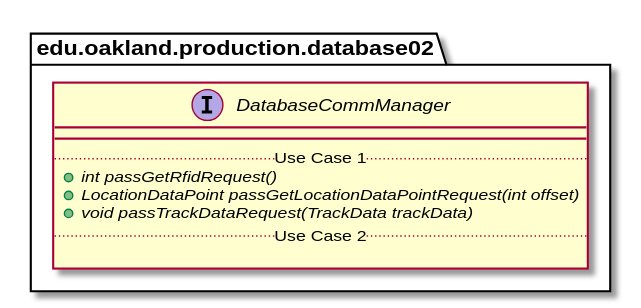
andrewdimmer/csi-3370-software-project keeps this PlantUML diagram as docs/uml-class-diagrams/database/production/DatabaseCommManager/DatabaseCommManager.svg. Above is the earlier version.
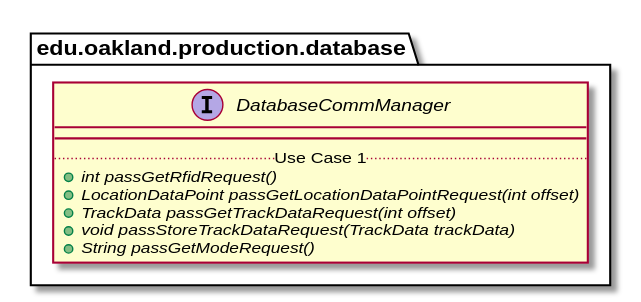
After the change.

The edit, as a diff of the source:
```diff
@@ -1,14 +1,14 @@
 @startuml DatabaseCommManager
 
-package edu.oakland.production.database02 {
+package edu.oakland.production.database {
     interface DatabaseCommManager {
         __
         .. Use Case 1 ..
         {abstract} + int passGetRfidRequest()
         {abstract} + LocationDataPoint passGetLocationDataPointRequest(int offset)
-        {abstract} + void passTrackDataRequest(TrackData trackData)
-        .. Use Case 2 ..
-
+        {abstract} + TrackData passGetTrackDataRequest(int offset)
+        {abstract} + void passStoreTrackDataRequest(TrackData trackData)
+        {abstract} + String passGetModeRequest()
     }
 }
 
```
